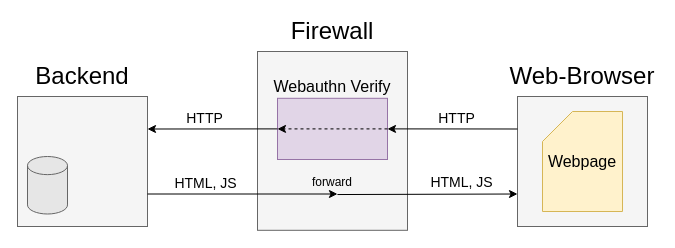
DamianB-BitFlipper/MEng-Thesis keeps this draw.io diagram as images/ServerSide_with_firewall.drawio. Above is the earlier version. Source tidied: cells renumbered, new cells numbered last; positions are measured from the earlier drawing's top-left corner, leaving out a move shared by most shapes. Both pictures are drawn from the tidied source at 100%, with x=0, y=0 at pixel (17, 21).
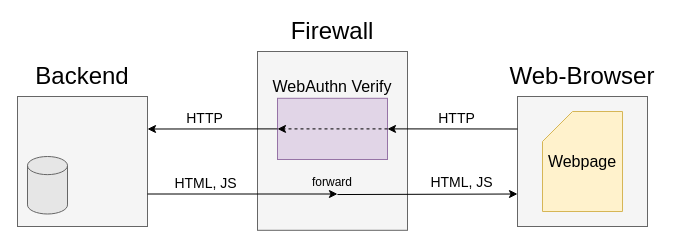
Above is the later version.

The edit, as a diff of the source:
```diff
@@
-    <mxCell id="10" value="&lt;font style=&quot;font-size: 16px&quot;&gt;Webauthn &lt;font style=&quot;font-size: 16px&quot;&gt;Verify&lt;/font&gt;&lt;/font&gt;" style="text;html=1;strokeColor=none;fillColor=none;align=center;verticalAlign=middle;whiteSpace=wrap;rounded=0;" parent="1" vertex="1">
+    <mxCell id="10" value="&lt;font style=&quot;font-size: 16px&quot;&gt;WebAuthn &lt;font style=&quot;font-size: 16px&quot;&gt;Verify&lt;/font&gt;&lt;/font&gt;" style="text;html=1;strokeColor=none;fillColor=none;align=center;verticalAlign=middle;whiteSpace=wrap;rounded=0;" parent="1" vertex="1">
       <mxGeometry x="240" y="55" width="150" height="20" as="geometry" />
     </mxCell>
```
